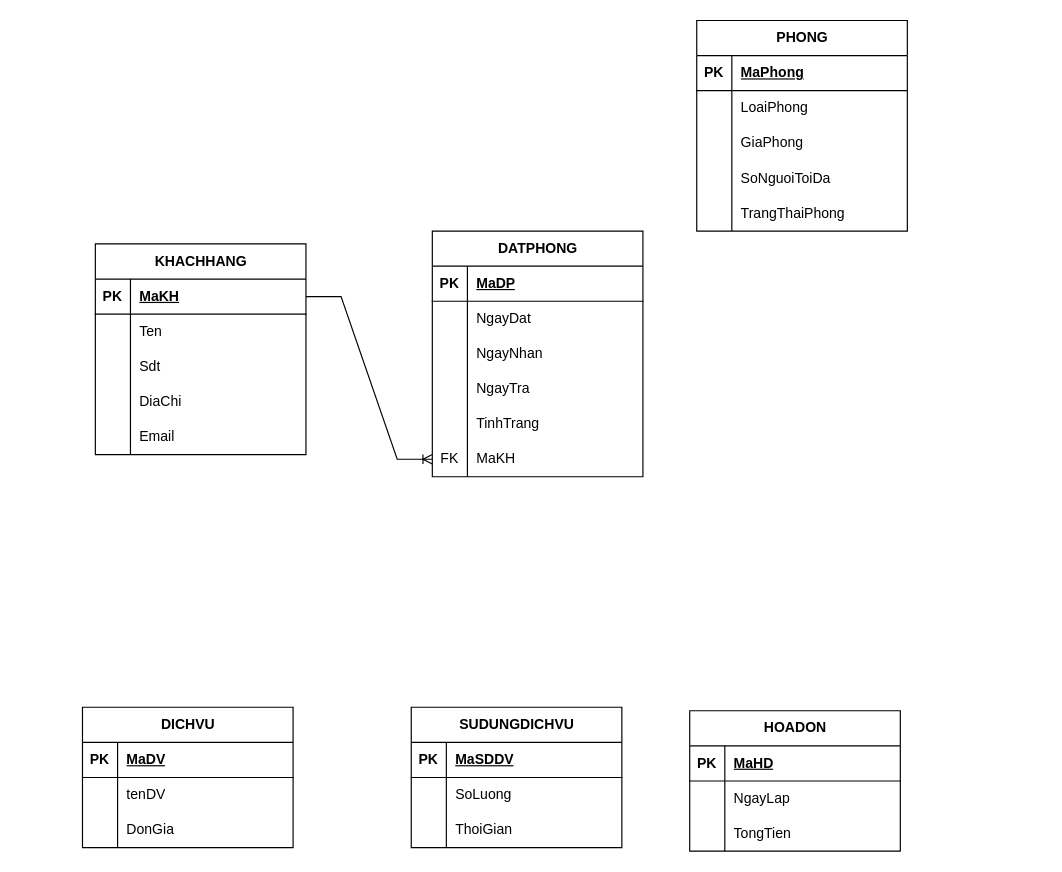
Before: btl csdl.drawio in trggkien12/bang, a draw.io diagram. Source tidied: cells renumbered, new cells numbered last; positions are measured from the earlier drawing's top-left corner, leaving out a move shared by most shapes. Both pictures are drawn from the tidied source at 117%, with x=0, y=0 at pixel (82, 20).
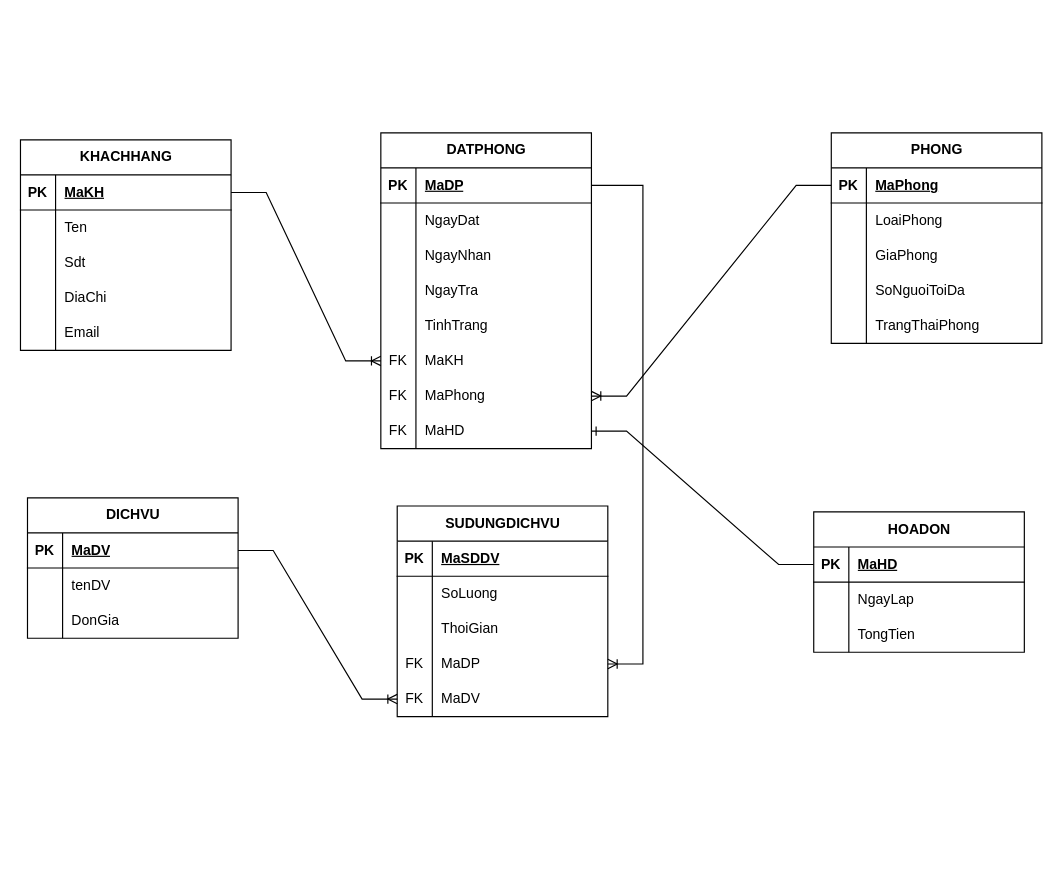
Above is the later version.

Commit message (it also covers changes not shown here):
Cập nhật btl csdl.drawio

The change refers to these unchanged cells:
```xml
<mxCell id="19" style="shape=tableRow;horizontal=0;startSize=0;swimlaneHead=0;swimlaneBody=0;fillColor=none;points=[[0,0.5],[1,0.5]];portConstraint=eastwest;top=0;left=0;right=0;bottom=1;" parent="18" vertex="1">
  <mxGeometry y="30" width="180" height="30" as="geometry" />
</mxCell>
<mxCell id="35" style="shape=tableRow;horizontal=0;startSize=0;swimlaneHead=0;swimlaneBody=0;fillColor=none;points=[[0,0.5],[1,0.5]];portConstraint=eastwest;top=0;left=0;right=0;bottom=1;" parent="34" vertex="1">
  <mxGeometry y="30" width="180" height="30" as="geometry" />
</mxCell>
<mxCell id="54" style="shape=tableRow;horizontal=0;startSize=0;swimlaneHead=0;swimlaneBody=0;fillColor=none;points=[[0,0.5],[1,0.5]];portConstraint=eastwest;top=0;left=0;right=0;bottom=1;" parent="53" vertex="1">
  <mxGeometry y="30" width="180" height="30" as="geometry" />
</mxCell>
<mxCell id="74" style="shape=tableRow;horizontal=0;startSize=0;swimlaneHead=0;swimlaneBody=0;fillColor=none;points=[[0,0.5],[1,0.5]];portConstraint=eastwest;top=0;left=0;right=0;bottom=1;" parent="73" vertex="1">
  <mxGeometry y="30" width="180" height="30" as="geometry" />
</mxCell>
```

What changed in the source:
```diff
@@
     <mxCell id="2" value="KHACHHANG" style="shape=table;startSize=30;childLayout=tableLayout;rowLines=0;fontStyle=1;align=center;html=1;" parent="1" vertex="1">
-      <mxGeometry x="11" y="191" width="180" height="180" as="geometry" />
+      <mxGeometry x="-53" y="102" width="180" height="180" as="geometry" />
     </mxCell>
@@
     <mxCell id="18" value="PHONG" style="shape=table;startSize=30;childLayout=tableLayout;rowLines=0;fontStyle=1;align=center;html=1;" parent="1" vertex="1">
-      <mxGeometry x="525" width="180" height="180" as="geometry" />
+      <mxGeometry x="640" y="96" width="180" height="180" as="geometry" />
     </mxCell>
@@
     <mxCell id="34" value="DATPHONG" style="shape=table;startSize=30;childLayout=tableLayout;rowLines=0;fontStyle=1;align=center;html=1;" parent="1" vertex="1">
-      <mxGeometry x="299" y="180" width="180" height="210" as="geometry" />
+      <mxGeometry x="255" y="96" width="180" height="270" as="geometry" />
     </mxCell>
@@
+    <mxCell id="84" style="shape=tableRow;horizontal=0;startSize=0;swimlaneHead=0;swimlaneBody=0;fillColor=none;points=[[0,0.5],[1,0.5]];portConstraint=eastwest;top=0;left=0;right=0;bottom=0;" parent="34" vertex="1">
+      <mxGeometry y="210" width="180" height="30" as="geometry" />
+    </mxCell>
+    <mxCell id="85" value="FK" style="shape=partialRectangle;fillColor=none;top=0;left=0;bottom=0;right=0;overflow=hidden;whiteSpace=wrap;html=1;" parent="84" vertex="1">
+      <mxGeometry width="30" height="30" as="geometry" />
+    </mxCell>
+    <mxCell id="86" value="MaPhong" style="shape=partialRectangle;fillColor=none;top=0;left=0;bottom=0;right=0;align=left;spacingLeft=6;overflow=hidden;whiteSpace=wrap;html=1;" parent="84" vertex="1">
+      <mxGeometry x="30" width="150" height="30" as="geometry" />
+    </mxCell>
+    <mxCell id="87" style="shape=tableRow;horizontal=0;startSize=0;swimlaneHead=0;swimlaneBody=0;fillColor=none;points=[[0,0.5],[1,0.5]];portConstraint=eastwest;top=0;left=0;right=0;bottom=0;" parent="34" vertex="1">
+      <mxGeometry y="240" width="180" height="30" as="geometry" />
+    </mxCell>
+    <mxCell id="88" value="FK" style="shape=partialRectangle;fillColor=none;top=0;left=0;bottom=0;right=0;overflow=hidden;whiteSpace=wrap;html=1;" parent="87" vertex="1">
+      <mxGeometry width="30" height="30" as="geometry" />
+    </mxCell>
+    <mxCell id="89" value="MaHD" style="shape=partialRectangle;fillColor=none;top=0;left=0;bottom=0;right=0;align=left;spacingLeft=6;overflow=hidden;whiteSpace=wrap;html=1;" parent="87" vertex="1">
+      <mxGeometry x="30" width="150" height="30" as="geometry" />
+    </mxCell>
     <mxCell id="53" value="DICHVU" style="shape=table;startSize=30;childLayout=tableLayout;rowLines=0;fontStyle=1;align=center;html=1;" parent="1" vertex="1">
-      <mxGeometry y="587" width="180" height="120" as="geometry" />
+      <mxGeometry x="-47" y="408" width="180" height="120" as="geometry" />
     </mxCell>
@@
     <mxCell id="63" value="SUDUNGDICHVU" style="shape=table;startSize=30;childLayout=tableLayout;rowLines=0;fontStyle=1;align=center;html=1;" parent="1" vertex="1">
-      <mxGeometry x="281" y="587" width="180" height="120" as="geometry" />
+      <mxGeometry x="269" y="415" width="180" height="180" as="geometry" />
     </mxCell>
@@
+    <mxCell id="90" style="shape=tableRow;horizontal=0;startSize=0;swimlaneHead=0;swimlaneBody=0;fillColor=none;points=[[0,0.5],[1,0.5]];portConstraint=eastwest;top=0;left=0;right=0;bottom=0;" parent="63" vertex="1">
+      <mxGeometry y="120" width="180" height="30" as="geometry" />
+    </mxCell>
+    <mxCell id="91" value="FK" style="shape=partialRectangle;fillColor=none;top=0;left=0;bottom=0;right=0;overflow=hidden;whiteSpace=wrap;html=1;" parent="90" vertex="1">
+      <mxGeometry width="30" height="30" as="geometry" />
+    </mxCell>
+    <mxCell id="92" value="MaDP" style="shape=partialRectangle;fillColor=none;top=0;left=0;bottom=0;right=0;align=left;spacingLeft=6;overflow=hidden;whiteSpace=wrap;html=1;" parent="90" vertex="1">
+      <mxGeometry x="30" width="150" height="30" as="geometry" />
+    </mxCell>
+    <mxCell id="93" style="shape=tableRow;horizontal=0;startSize=0;swimlaneHead=0;swimlaneBody=0;fillColor=none;points=[[0,0.5],[1,0.5]];portConstraint=eastwest;top=0;left=0;right=0;bottom=0;" parent="63" vertex="1">
+      <mxGeometry y="150" width="180" height="30" as="geometry" />
+    </mxCell>
+    <mxCell id="94" value="FK" style="shape=partialRectangle;fillColor=none;top=0;left=0;bottom=0;right=0;overflow=hidden;whiteSpace=wrap;html=1;" parent="93" vertex="1">
+      <mxGeometry width="30" height="30" as="geometry" />
+    </mxCell>
+    <mxCell id="95" value="MaDV" style="shape=partialRectangle;fillColor=none;top=0;left=0;bottom=0;right=0;align=left;spacingLeft=6;overflow=hidden;whiteSpace=wrap;html=1;" parent="93" vertex="1">
+      <mxGeometry x="30" width="150" height="30" as="geometry" />
+    </mxCell>
     <mxCell id="73" value="HOADON" style="shape=table;startSize=30;childLayout=tableLayout;rowLines=0;fontStyle=1;align=center;html=1;" parent="1" vertex="1">
-      <mxGeometry x="519" y="590" width="180" height="120" as="geometry" />
+      <mxGeometry x="625" y="420" width="180" height="120" as="geometry" />
     </mxCell>
@@
+    <mxCell id="96" style="edgeStyle=entityRelationEdgeStyle;fontSize=12;html=1;endArrow=ERoneToMany;rounded=0;" parent="1" edge="1" source="19" target="84">
+      <mxGeometry relative="1" as="geometry" />
+    </mxCell>
+    <mxCell id="97" style="edgeStyle=entityRelationEdgeStyle;fontSize=12;html=1;endArrow=ERoneToMany;rounded=0;" parent="1" edge="1" source="35" target="90">
+      <mxGeometry relative="1" as="geometry" />
+    </mxCell>
+    <mxCell id="98" style="edgeStyle=entityRelationEdgeStyle;fontSize=12;html=1;endArrow=ERoneToMany;rounded=0;" parent="1" edge="1" source="54" target="93">
+      <mxGeometry relative="1" as="geometry" />
+    </mxCell>
+    <mxCell id="99" style="edgeStyle=entityRelationEdgeStyle;fontSize=12;html=1;endArrow=ERone;endFill=1;rounded=0;" parent="1" edge="1" source="74" target="87">
+      <mxGeometry relative="1" as="geometry" />
+    </mxCell>
```
